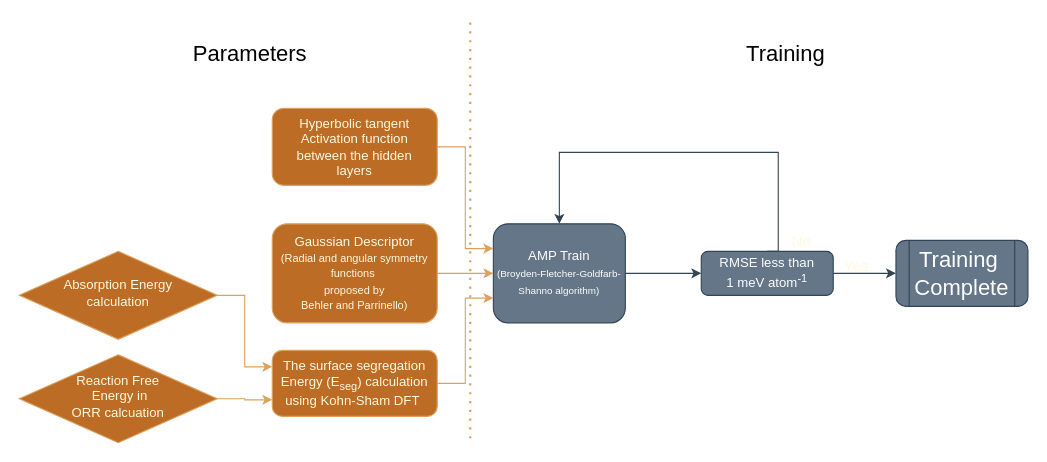
Earlier version of the draw.io diagram 제목 없는 다이어그램.drawio (hwr12/NNP-with-Pt-based-ternary-catalyst). Source tidied: cells renumbered, new cells numbered last; positions are measured from the earlier drawing's top-left corner, leaving out a move shared by most shapes. Both pictures are drawn from the tidied source at 110%, with x=0, y=0 at pixel (19, 20).
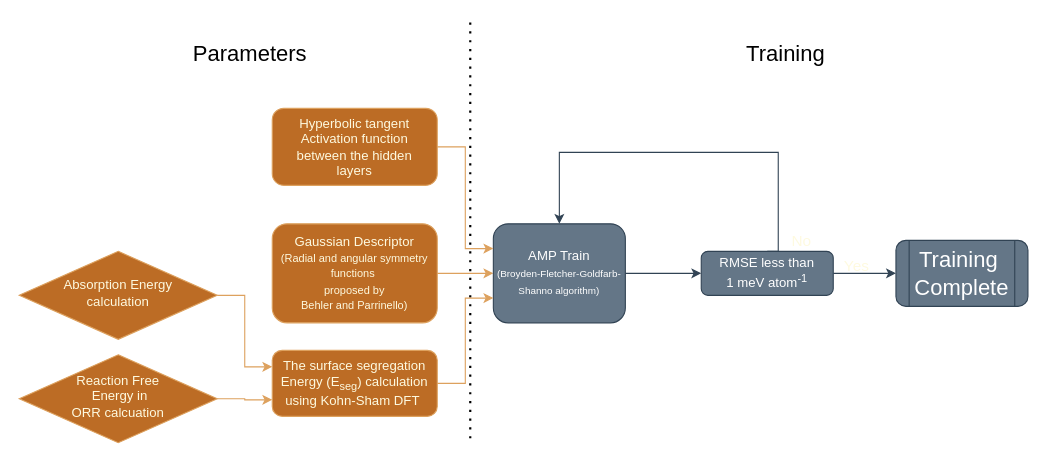
Above is the later version.

Commit message (it also covers changes not shown here):
제목 없는 다이어그램.drawio 업데이트

What changed in the source:
```diff
@@
-    <mxCell id="12" style="endArrow=none;dashed=1;html=1;dashPattern=1 3;strokeWidth=2;rounded=0;hachureGap=4;fontFamily=Architects Daughter;fontSize=16;labelBackgroundColor=none;strokeColor=#DDA15E;fontColor=default;" parent="1" edge="1">
+    <mxCell id="12" style="endArrow=none;dashed=1;html=1;dashPattern=1 3;strokeWidth=2;rounded=0;hachureGap=4;fontFamily=Architects Daughter;fontSize=16;labelBackgroundColor=none;strokeColor=#000000;fontColor=default;" parent="1" edge="1">
       <mxGeometry relative="1" as="geometry">
         <mxPoint x="410" y="380" as="sourcePoint" />
         <mxPoint x="410" as="targetPoint" />
       </mxGeometry>
     </mxCell>
```
